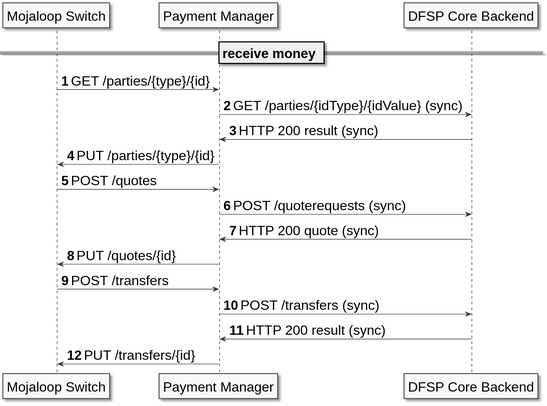
This is modules/api_integration/images/PM4ML_transfer_flow_payee.svg from pm4ml/documents, a PlantUML export, as it was before one commit.
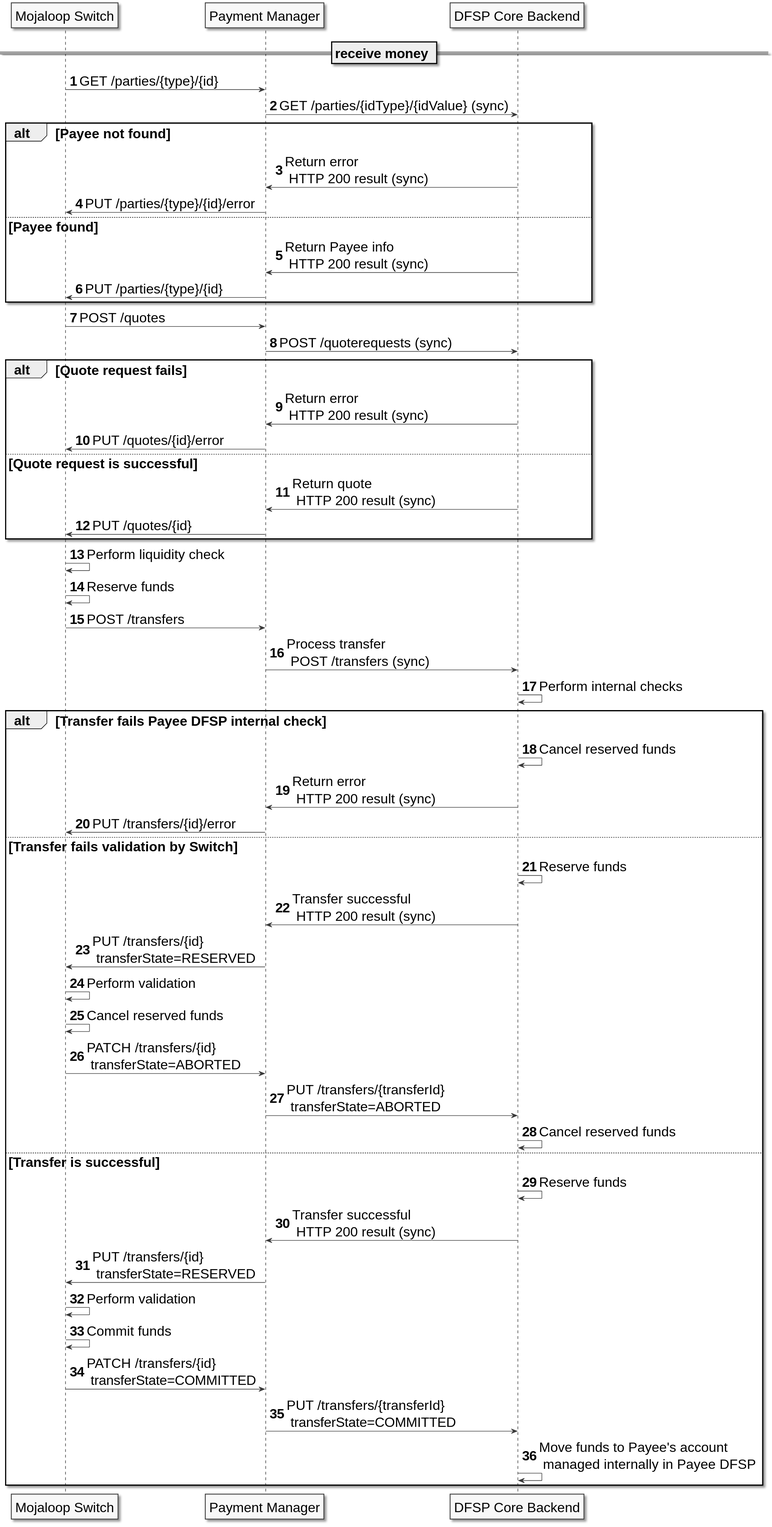
Above is the later version.

The edit, as a diff of the source:
```diff
@@ -18,15 +18,49 @@
 
     sw -> sib: GET /parties/{type}/{id}
     sib -> backend: GET /parties/{idType}/{idValue} (sync)
-    backend -> sib: HTTP 200 result (sync)
+    alt Payee not found
+    backend -> sib: Return error \n HTTP 200 result (sync)
+    sib -> sw: PUT /parties/{type}/{id}/error
+    else Payee found
+    backend -> sib: Return Payee info \n HTTP 200 result (sync)
     sib -> sw: PUT /parties/{type}/{id}
+    end
     sw -> sib: POST /quotes
     sib -> backend: POST /quoterequests (sync)
-    backend -> sib: HTTP 200 quote (sync)
+    alt Quote request fails
+    backend -> sib: Return error \n HTTP 200 result (sync)
+    sib -> sw: PUT /quotes/{id}/error
+    else Quote request is successful
+    backend -> sib: Return quote \n HTTP 200 result (sync)
     sib -> sw: PUT /quotes/{id}
+    end
+    sw -> sw: Perform liquidity check
+    sw -> sw: Reserve funds
     sw -> sib: POST /transfers
-    sib -> backend: POST /transfers (sync)
-    backend -> sib: HTTP 200 result (sync)
-    sib -> sw: PUT /transfers/{id}
+    sib -> backend: Process transfer \n POST /transfers (sync)
+    backend -> backend: Perform internal checks
+    alt Transfer fails Payee DFSP internal check
+    backend -> backend: Cancel reserved funds
+    backend -> sib: Return error \n HTTP 200 result (sync)
+    sib -> sw: PUT /transfers/{id}/error
+    else Transfer fails validation by Switch
+    backend -> backend: Reserve funds
+    backend -> sib: Transfer successful \n HTTP 200 result (sync)
+    sib -> sw: PUT /transfers/{id} \n transferState=RESERVED
+    sw -> sw: Perform validation
+    sw -> sw: Cancel reserved funds
+    sw -> sib: PATCH /transfers/{id} \n transferState=ABORTED
+    sib -> backend: PUT /transfers/{transferId} \n transferState=ABORTED
+    backend -> backend: Cancel reserved funds
+    else Transfer is successful
+    backend -> backend: Reserve funds
+    backend -> sib: Transfer successful \n HTTP 200 result (sync)
+    sib -> sw: PUT /transfers/{id} \n transferState=RESERVED
+    sw -> sw: Perform validation
+    sw -> sw: Commit funds
+    sw -> sib: PATCH /transfers/{id} \n transferState=COMMITTED
+    sib -> backend: PUT /transfers/{transferId} \n transferState=COMMITTED
+    backend -> backend: Move funds to Payee's account \n managed internally in Payee DFSP
+    end
 
 @enduml
```
